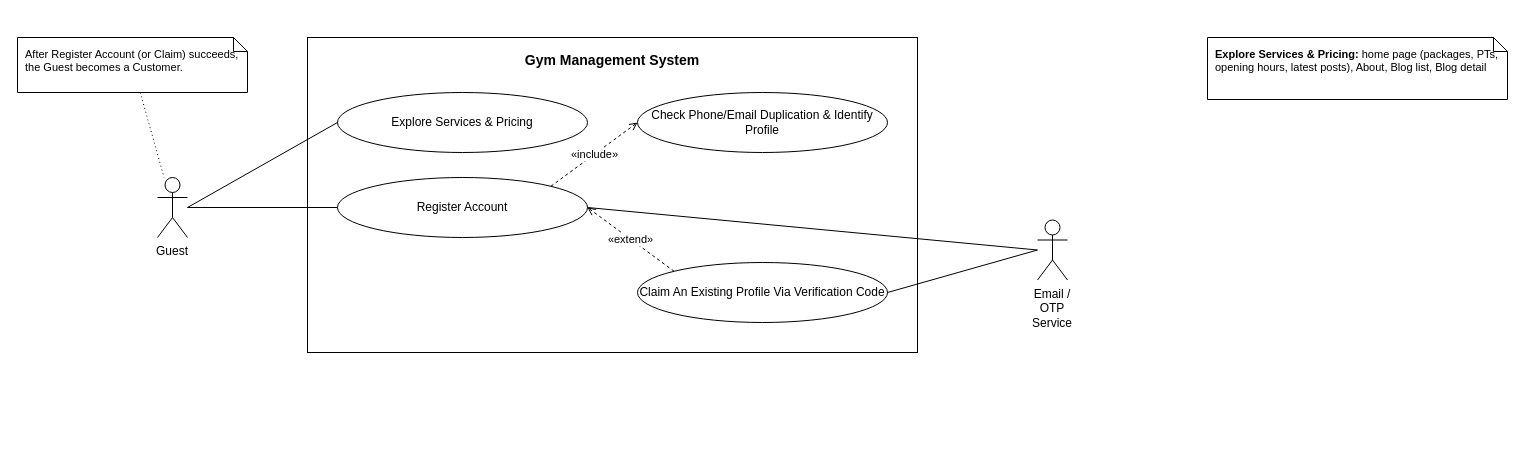
The draw.io diagram docs/srs-update/uc-diagrams/UC_Guest.drawio in Thomas-luckyclover/gym-management-system, before the edit. Source tidied: cells renumbered, new cells numbered last; positions are measured from the earlier drawing's top-left corner, leaving out a move shared by most shapes. Both pictures are drawn from the tidied source at 100%, with x=0, y=0 at pixel (17, 37).
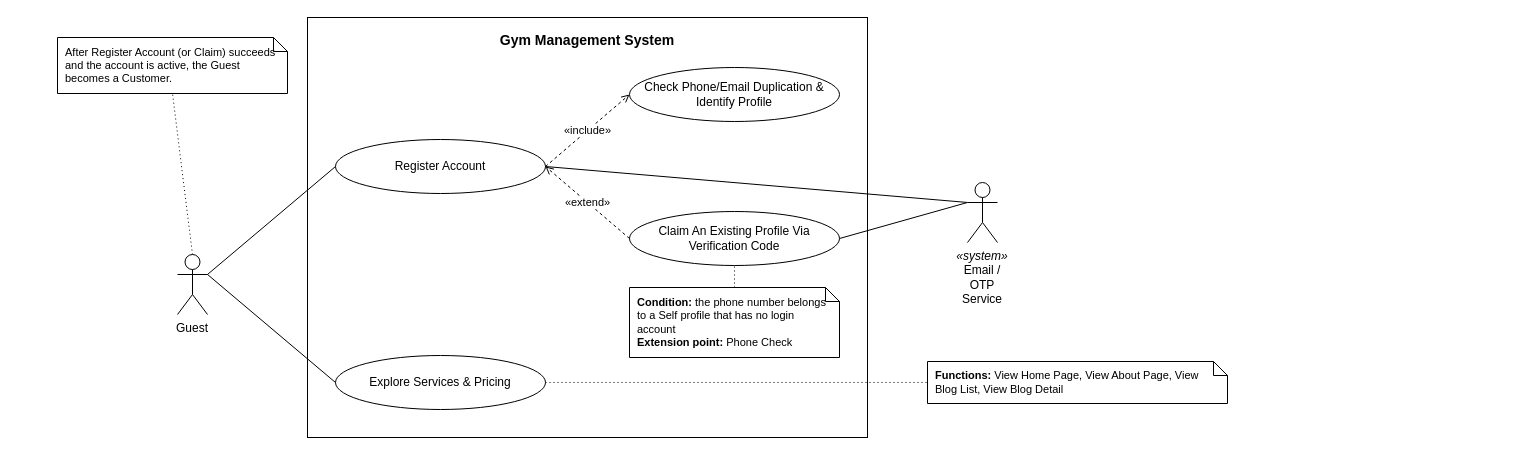
The same diagram, later.

The edit, as a diff of the source:
```diff
@@
     <mxCell id="2" value="Gym Management System" style="rounded=0;whiteSpace=wrap;html=1;fillColor=#FFFFFF;strokeColor=#000000;verticalAlign=top;align=center;fontStyle=1;spacingTop=8;fontFamily=Helvetica;fontSize=14;" parent="1" vertex="1">
-      <mxGeometry x="290" width="610" height="315" as="geometry" />
+      <mxGeometry x="290" y="-20" width="560" height="420" as="geometry" />
     </mxCell>
+    <mxCell id="5" value="Check Phone/Email Duplication &amp; Identify Profile" style="ellipse;whiteSpace=wrap;html=1;fillColor=#FFFFFF;strokeColor=#000000;fontFamily=Helvetica;fontSize=12;" parent="1" vertex="1">
+      <mxGeometry x="612" y="30" width="210" height="54" as="geometry" />
+    </mxCell>
+    <mxCell id="4" value="Register Account" style="ellipse;whiteSpace=wrap;html=1;fillColor=#FFFFFF;strokeColor=#000000;fontFamily=Helvetica;fontSize=12;" parent="1" vertex="1">
+      <mxGeometry x="318" y="102" width="210" height="54" as="geometry" />
+    </mxCell>
+    <mxCell id="6" value="Claim An Existing Profile Via Verification Code" style="ellipse;whiteSpace=wrap;html=1;fillColor=#FFFFFF;strokeColor=#000000;fontFamily=Helvetica;fontSize=12;" parent="1" vertex="1">
+      <mxGeometry x="612" y="174" width="210" height="54" as="geometry" />
+    </mxCell>
     <mxCell id="3" value="Explore Services &amp; Pricing" style="ellipse;whiteSpace=wrap;html=1;fillColor=#FFFFFF;strokeColor=#000000;fontFamily=Helvetica;fontSize=12;" parent="1" vertex="1">
-      <mxGeometry x="320" y="55" width="250" height="60" as="geometry" />
+      <mxGeometry x="318" y="318" width="210" height="54" as="geometry" />
     </mxCell>
-    <mxCell id="4" value="Register Account" style="ellipse;whiteSpace=wrap;html=1;fillColor=#FFFFFF;strokeColor=#000000;fontFamily=Helvetica;fontSize=12;" parent="1" vertex="1">
-      <mxGeometry x="320" y="140" width="250" height="60" as="geometry" />
-    </mxCell>
-    <mxCell id="5" value="Check Phone/Email Duplication &amp; Identify Profile" style="ellipse;whiteSpace=wrap;html=1;fillColor=#FFFFFF;strokeColor=#000000;fontFamily=Helvetica;fontSize=12;" parent="1" vertex="1">
-      <mxGeometry x="620" y="55" width="250" height="60" as="geometry" />
-    </mxCell>
-    <mxCell id="6" value="Claim An Existing Profile Via Verification Code" style="ellipse;whiteSpace=wrap;html=1;fillColor=#FFFFFF;strokeColor=#000000;fontFamily=Helvetica;fontSize=12;" parent="1" vertex="1">
-      <mxGeometry x="620" y="225" width="250" height="60" as="geometry" />
-    </mxCell>
     <mxCell id="7" value="Guest" style="shape=umlActor;verticalLabelPosition=bottom;verticalAlign=top;html=1;outlineConnect=0;fillColor=#FFFFFF;strokeColor=#000000;whiteSpace=wrap;fontFamily=Helvetica;fontSize=12;" parent="1" vertex="1">
-      <mxGeometry x="140" y="140" width="30" height="60" as="geometry" />
+      <mxGeometry x="160" y="217" width="30" height="60" as="geometry" />
     </mxCell>
-    <mxCell id="8" value="Email / OTP Service" style="shape=umlActor;verticalLabelPosition=bottom;verticalAlign=top;html=1;outlineConnect=0;fillColor=#FFFFFF;strokeColor=#000000;whiteSpace=wrap;fontFamily=Helvetica;fontSize=12;" parent="1" vertex="1">
-      <mxGeometry x="1020" y="182.5" width="30" height="60" as="geometry" />
+    <mxCell id="8" value="&lt;i&gt;«system»&lt;/i&gt;&lt;br&gt;Email / OTP Service" style="shape=umlActor;verticalLabelPosition=bottom;verticalAlign=top;html=1;outlineConnect=0;fillColor=#FFFFFF;strokeColor=#000000;whiteSpace=wrap;fontFamily=Helvetica;fontSize=12;" parent="1" vertex="1">
+      <mxGeometry x="950" y="145" width="30" height="60" as="geometry" />
     </mxCell>
-    <mxCell id="9" style="html=1;rounded=0;strokeColor=#000000;endArrow=none;exitX=1;exitY=0.5;exitDx=0;exitDy=0;entryX=0;entryY=0.5;entryDx=0;entryDy=0;" parent="1" edge="1" source="7" target="3">
+    <mxCell id="9" style="html=1;rounded=0;strokeColor=#000000;endArrow=none;exitX=1;exitY=0.333;exitDx=0;exitDy=0;entryX=0;entryY=0.5;entryDx=0;entryDy=0;" parent="1" edge="1" source="7" target="4">
       <mxGeometry relative="1" as="geometry" />
     </mxCell>
-    <mxCell id="10" style="html=1;rounded=0;strokeColor=#000000;endArrow=none;exitX=1;exitY=0.5;exitDx=0;exitDy=0;entryX=0;entryY=0.5;entryDx=0;entryDy=0;" parent="1" edge="1" source="7" target="4">
+    <mxCell id="10" style="html=1;rounded=0;strokeColor=#000000;endArrow=none;exitX=1;exitY=0.333;exitDx=0;exitDy=0;entryX=0;entryY=0.5;entryDx=0;entryDy=0;" parent="1" edge="1" source="7" target="3">
       <mxGeometry relative="1" as="geometry" />
     </mxCell>
-    <mxCell id="11" style="html=1;rounded=0;strokeColor=#000000;endArrow=none;exitX=0;exitY=0.5;exitDx=0;exitDy=0;entryX=1;entryY=0.5;entryDx=0;entryDy=0;" parent="1" edge="1" source="8" target="4">
+    <mxCell id="11" style="html=1;rounded=0;strokeColor=#000000;endArrow=none;exitX=0;exitY=0.333;exitDx=0;exitDy=0;entryX=1;entryY=0.5;entryDx=0;entryDy=0;" parent="1" edge="1" source="8" target="4">
       <mxGeometry relative="1" as="geometry" />
     </mxCell>
-    <mxCell id="12" style="html=1;rounded=0;strokeColor=#000000;endArrow=none;exitX=0;exitY=0.5;exitDx=0;exitDy=0;entryX=1;entryY=0.5;entryDx=0;entryDy=0;" parent="1" edge="1" source="8" target="6">
+    <mxCell id="12" style="html=1;rounded=0;strokeColor=#000000;endArrow=none;exitX=0;exitY=0.333;exitDx=0;exitDy=0;entryX=1;entryY=0.5;entryDx=0;entryDy=0;" parent="1" edge="1" source="8" target="6">
       <mxGeometry relative="1" as="geometry" />
     </mxCell>
-    <mxCell id="13" value="«include»" style="html=1;rounded=0;strokeColor=#000000;endArrow=open;endFill=0;dashed=1;labelBackgroundColor=#FFFFFF;fontFamily=Helvetica;fontSize=11;exitX=1;exitY=0;exitDx=0;exitDy=0;entryX=0;entryY=0.5;entryDx=0;entryDy=0;" parent="1" edge="1" source="4" target="5">
+    <mxCell id="13" value="«include»" style="html=1;rounded=0;strokeColor=#000000;endArrow=open;endFill=0;dashed=1;labelBackgroundColor=#FFFFFF;fontFamily=Helvetica;fontSize=11;exitX=1;exitY=0.5;exitDx=0;exitDy=0;entryX=0;entryY=0.5;entryDx=0;entryDy=0;" parent="1" edge="1" source="4" target="5">
       <mxGeometry relative="1" as="geometry" />
     </mxCell>
-    <mxCell id="14" value="«extend»" style="html=1;rounded=0;strokeColor=#000000;endArrow=open;endFill=0;dashed=1;labelBackgroundColor=#FFFFFF;fontFamily=Helvetica;fontSize=11;exitX=0;exitY=0;exitDx=0;exitDy=0;entryX=1;entryY=0.5;entryDx=0;entryDy=0;" parent="1" edge="1" source="6" target="4">
+    <mxCell id="14" value="«extend»" style="html=1;rounded=0;strokeColor=#000000;endArrow=open;endFill=0;dashed=1;labelBackgroundColor=#FFFFFF;fontFamily=Helvetica;fontSize=11;exitX=0;exitY=0.5;exitDx=0;exitDy=0;entryX=1;entryY=0.5;entryDx=0;entryDy=0;" parent="1" edge="1" source="6" target="4">
       <mxGeometry relative="1" as="geometry" />
     </mxCell>
-    <mxCell id="15" value="&lt;b&gt;Explore Services &amp; Pricing:&lt;/b&gt; home page (packages, PTs, opening hours, latest posts), About, Blog list, Blog detail" style="shape=note;size=14;whiteSpace=wrap;html=1;fillColor=#FFFFFF;strokeColor=#000000;align=left;verticalAlign=top;spacingLeft=6;spacingRight=6;spacingTop=4;fontFamily=Helvetica;fontSize=11;" parent="1" vertex="1">
-      <mxGeometry x="1190" width="300" height="62" as="geometry" />
+    <mxCell id="15" value="&lt;b&gt;Functions:&lt;/b&gt; View Home Page, View About Page, View Blog List, View Blog Detail" style="shape=note;size=14;whiteSpace=wrap;html=1;fillColor=#FFFFFF;strokeColor=#000000;align=left;verticalAlign=middle;spacingLeft=6;spacingRight=6;fontFamily=Helvetica;fontSize=11;" parent="1" vertex="1">
+      <mxGeometry x="910" y="324" width="300" height="42" as="geometry" />
     </mxCell>
+    <mxCell id="18" style="html=1;rounded=0;strokeColor=#000000;endArrow=none;dashed=1;dashPattern=1 3;exitX=1;exitY=0.5;exitDx=0;exitDy=0;entryX=0;entryY=0.5;entryDx=0;entryDy=0;" parent="1" edge="1" source="3" target="15">
+      <mxGeometry relative="1" as="geometry" />
+    </mxCell>
+    <mxCell id="19" value="&lt;b&gt;Condition:&lt;/b&gt; the phone number belongs to a Self profile that has no login account&lt;br&gt;&lt;b&gt;Extension point:&lt;/b&gt; Phone Check" style="shape=note;size=14;whiteSpace=wrap;html=1;fillColor=#FFFFFF;strokeColor=#000000;align=left;verticalAlign=middle;spacingLeft=6;spacingRight=6;fontFamily=Helvetica;fontSize=11;" parent="1" vertex="1">
+      <mxGeometry x="612" y="250" width="210" height="70" as="geometry" />
+    </mxCell>
+    <mxCell id="20" style="html=1;rounded=0;strokeColor=#000000;endArrow=none;dashed=1;dashPattern=1 3;exitX=0.5;exitY=0;exitDx=0;exitDy=0;entryX=0.5;entryY=1;entryDx=0;entryDy=0;" parent="1" edge="1" source="19" target="6">
+      <mxGeometry relative="1" as="geometry" />
+    </mxCell>
-    <mxCell id="16" value="After Register Account (or Claim) succeeds, the Guest becomes a Customer." style="shape=note;size=14;whiteSpace=wrap;html=1;fillColor=#FFFFFF;strokeColor=#000000;align=left;verticalAlign=top;spacingLeft=6;spacingRight=6;spacingTop=4;fontFamily=Helvetica;fontSize=11;" parent="1" vertex="1">
-      <mxGeometry width="230" height="55" as="geometry" />
+    <mxCell id="16" value="After Register Account (or Claim) succeeds and the account is active, the Guest becomes a Customer." style="shape=note;size=14;whiteSpace=wrap;html=1;fillColor=#FFFFFF;strokeColor=#000000;align=left;verticalAlign=middle;spacingLeft=6;spacingRight=6;fontFamily=Helvetica;fontSize=11;" parent="1" vertex="1">
+      <mxGeometry x="40" width="230" height="56" as="geometry" />
     </mxCell>
-    <mxCell id="17" style="html=1;rounded=0;strokeColor=#000000;endArrow=none;dashed=1;dashPattern=1 3;" parent="1" edge="1" source="16" target="7">
-      <mxGeometry relative="1" as="geometry" />
-    </mxCell>
+    <mxCell id="21" style="html=1;rounded=0;strokeColor=#000000;endArrow=none;dashed=1;dashPattern=1 3;exitX=0.5;exitY=0;exitDx=0;exitDy=0;entryX=0.5;entryY=1;entryDx=0;entryDy=0;" parent="1" edge="1" source="7" target="16">
+      <mxGeometry relative="1" as="geometry" />
+    </mxCell>
```
